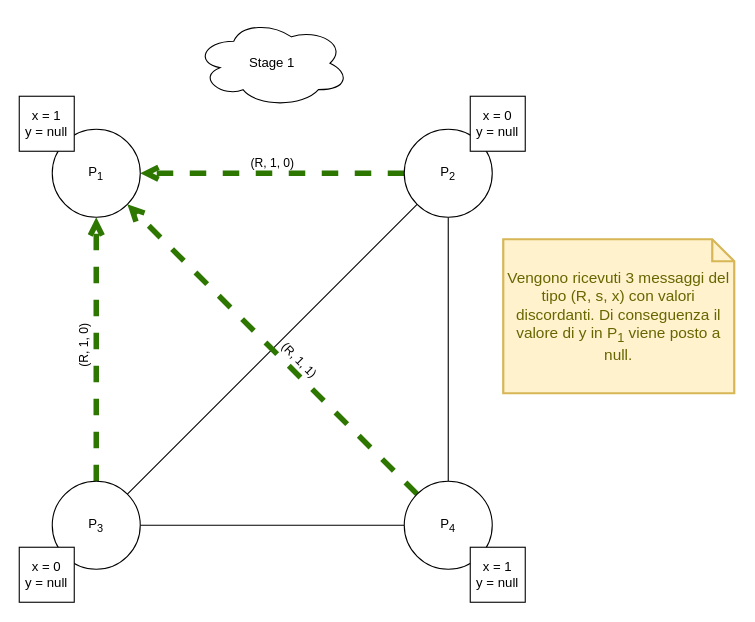
Before: page "Passo 3" (5 of 13) of src/simulazione/simulazione.drawio in stefa168/seminario_mcad, a draw.io diagram. Source tidied: cells renumbered, new cells numbered last; positions are measured from the earlier drawing's top-left corner, leaving out a move shared by most shapes. Both pictures are drawn from the tidied source at 110%, with x=0, y=0 at pixel (19, 19).
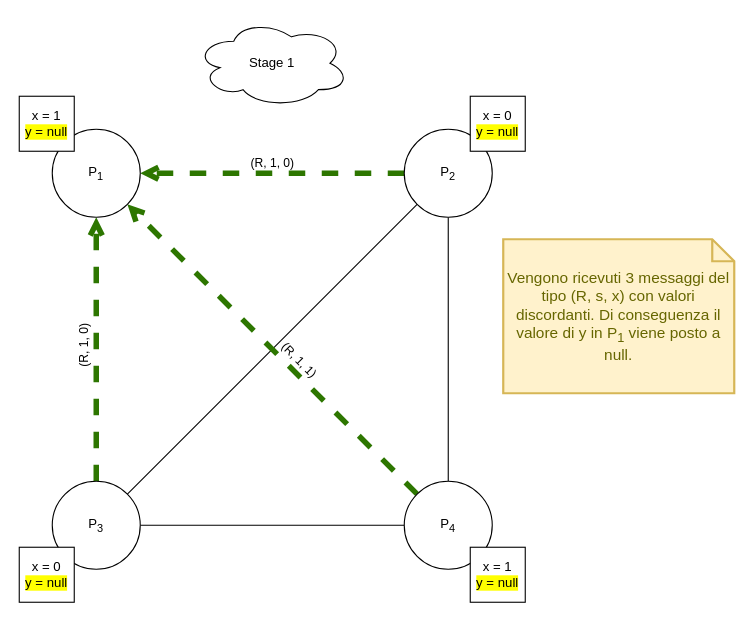
After the change.

The edit, as a diff of the source:
```diff
@@
 <mxGraphModel>
   <root>
     <mxCell id="0" />
     <mxCell id="1" parent="0" />
     <mxCell id="2" style="edgeStyle=none;rounded=0;jettySize=auto;html=1;exitX=0;exitY=1;exitDx=0;exitDy=0;entryX=1;entryY=0;entryDx=0;entryDy=0;endArrow=none;endFill=0;" parent="1" edge="1" source="11" target="8">
       <mxGeometry relative="1" as="geometry" />
     </mxCell>
     <mxCell id="3" value="(R, 1, 0)" style="rounded=0;jettySize=auto;html=1;endArrow=open;endFill=0;fillColor=#60a917;strokeColor=#2D7600;strokeWidth=5;labelBackgroundColor=none;labelPosition=center;verticalLabelPosition=top;align=center;verticalAlign=bottom;exitX=0;exitY=0.5;exitDx=0;exitDy=0;dashed=1;" parent="1" edge="1" source="11" target="6">
       <mxGeometry relative="1" as="geometry" />
     </mxCell>
     <mxCell id="4" style="rounded=0;jettySize=auto;html=1;exitX=0;exitY=0;exitDx=0;exitDy=0;entryX=1;entryY=1;entryDx=0;entryDy=0;endArrow=open;endFill=0;fillColor=#60a917;strokeColor=#2D7600;strokeWidth=5;labelBackgroundColor=none;labelPosition=center;verticalLabelPosition=top;align=center;verticalAlign=bottom;horizontal=1;dashed=1;" parent="1" edge="1" source="10" target="6">
       <mxGeometry relative="1" as="geometry" />
     </mxCell>
     <mxCell id="5" value="(R, 1, 0)" style="edgeStyle=none;rounded=0;jettySize=auto;html=1;endArrow=open;endFill=0;fillColor=#60a917;strokeColor=#2D7600;strokeWidth=5;labelBackgroundColor=none;horizontal=0;labelPosition=center;verticalLabelPosition=top;align=center;verticalAlign=bottom;spacingTop=0;spacingLeft=-10;dashed=1;" parent="1" edge="1" source="8" target="6">
       <mxGeometry relative="1" as="geometry" />
     </mxCell>
     <mxCell id="6" value="P&lt;sub&gt;1&lt;/sub&gt;" style="ellipse;whiteSpace=wrap;html=1;" parent="1" vertex="1">
       <mxGeometry x="30" y="100" width="80" height="80" as="geometry" />
     </mxCell>
     <mxCell id="7" style="edgeStyle=none;rounded=0;jettySize=auto;html=1;endArrow=none;endFill=0;" parent="1" edge="1" source="8" target="10">
       <mxGeometry relative="1" as="geometry" />
     </mxCell>
     <mxCell id="8" value="P&lt;sub&gt;3&lt;/sub&gt;" style="ellipse;whiteSpace=wrap;html=1;" parent="1" vertex="1">
       <mxGeometry x="30" y="420" width="80" height="80" as="geometry" />
     </mxCell>
     <mxCell id="9" style="edgeStyle=none;rounded=0;jettySize=auto;html=1;entryX=0.5;entryY=1;entryDx=0;entryDy=0;endArrow=none;endFill=0;" parent="1" edge="1" source="10" target="11">
       <mxGeometry relative="1" as="geometry" />
     </mxCell>
     <mxCell id="10" value="P&lt;sub&gt;4&lt;/sub&gt;" style="ellipse;whiteSpace=wrap;html=1;" parent="1" vertex="1">
       <mxGeometry x="350" y="420" width="80" height="80" as="geometry" />
     </mxCell>
     <mxCell id="11" value="P&lt;sub&gt;2&lt;/sub&gt;" style="ellipse;whiteSpace=wrap;html=1;" parent="1" vertex="1">
       <mxGeometry x="350" y="100" width="80" height="80" as="geometry" />
     </mxCell>
-    <mxCell id="12" value="x = 1&lt;br&gt;y = null" style="whiteSpace=wrap;html=1;" parent="1" vertex="1">
+    <mxCell id="12" value="x = 1&lt;br&gt;&lt;span style=&quot;background-color: rgb(255 , 255 , 0)&quot;&gt;y = null&lt;/span&gt;" style="whiteSpace=wrap;html=1;" parent="1" vertex="1">
       <mxGeometry y="70" width="50" height="50" as="geometry" />
     </mxCell>
-    <mxCell id="13" value="x = 0&lt;br&gt;y = null" style="whiteSpace=wrap;html=1;" parent="1" vertex="1">
+    <mxCell id="13" value="x = 0&lt;br&gt;&lt;span style=&quot;background-color: rgb(255 , 255 , 0)&quot;&gt;y = null&lt;/span&gt;" style="whiteSpace=wrap;html=1;" parent="1" vertex="1">
       <mxGeometry x="410" y="70" width="50" height="50" as="geometry" />
     </mxCell>
-    <mxCell id="14" value="x = 1&lt;br&gt;y = null" style="whiteSpace=wrap;html=1;" parent="1" vertex="1">
+    <mxCell id="14" value="x = 1&lt;br&gt;&lt;span style=&quot;background-color: rgb(255 , 255 , 0)&quot;&gt;y = null&lt;/span&gt;" style="whiteSpace=wrap;html=1;" parent="1" vertex="1">
       <mxGeometry x="410" y="480" width="50" height="50" as="geometry" />
     </mxCell>
-    <mxCell id="15" value="x = 0&lt;br&gt;y = null" style="whiteSpace=wrap;html=1;" parent="1" vertex="1">
+    <mxCell id="15" value="x = 0&lt;br&gt;&lt;span style=&quot;background-color: rgb(255 , 255 , 0)&quot;&gt;y = null&lt;/span&gt;" style="whiteSpace=wrap;html=1;" parent="1" vertex="1">
       <mxGeometry y="480" width="50" height="50" as="geometry" />
     </mxCell>
     <mxCell id="16" value="Stage 1" style="ellipse;shape=cloud;whiteSpace=wrap;html=1;" parent="1" vertex="1">
       <mxGeometry x="160" width="140" height="80" as="geometry" />
     </mxCell>
     <mxCell id="17" value="(R, 1, 1)" style="text;html=1;strokeColor=none;fillColor=none;align=center;verticalAlign=middle;whiteSpace=wrap;rounded=0;rotation=45;fontSize=11;" parent="1" vertex="1">
       <mxGeometry x="230" y="300" width="50" height="20" as="geometry" />
     </mxCell>
     <mxCell id="18" value="Vengono ricevuti 3 messaggi del tipo (R, s, x) con valori discordanti. Di conseguenza il valore di y in P&lt;sub&gt;1&lt;/sub&gt;&amp;nbsp;viene posto a null." style="shape=note;strokeWidth=2;fontSize=14;size=20;whiteSpace=wrap;html=1;fillColor=#fff2cc;strokeColor=#d6b656;fontColor=#666600;" parent="1" vertex="1">
       <mxGeometry x="440" y="200" width="210" height="140" as="geometry" />
     </mxCell>
   </root>
 </mxGraphModel>
```
